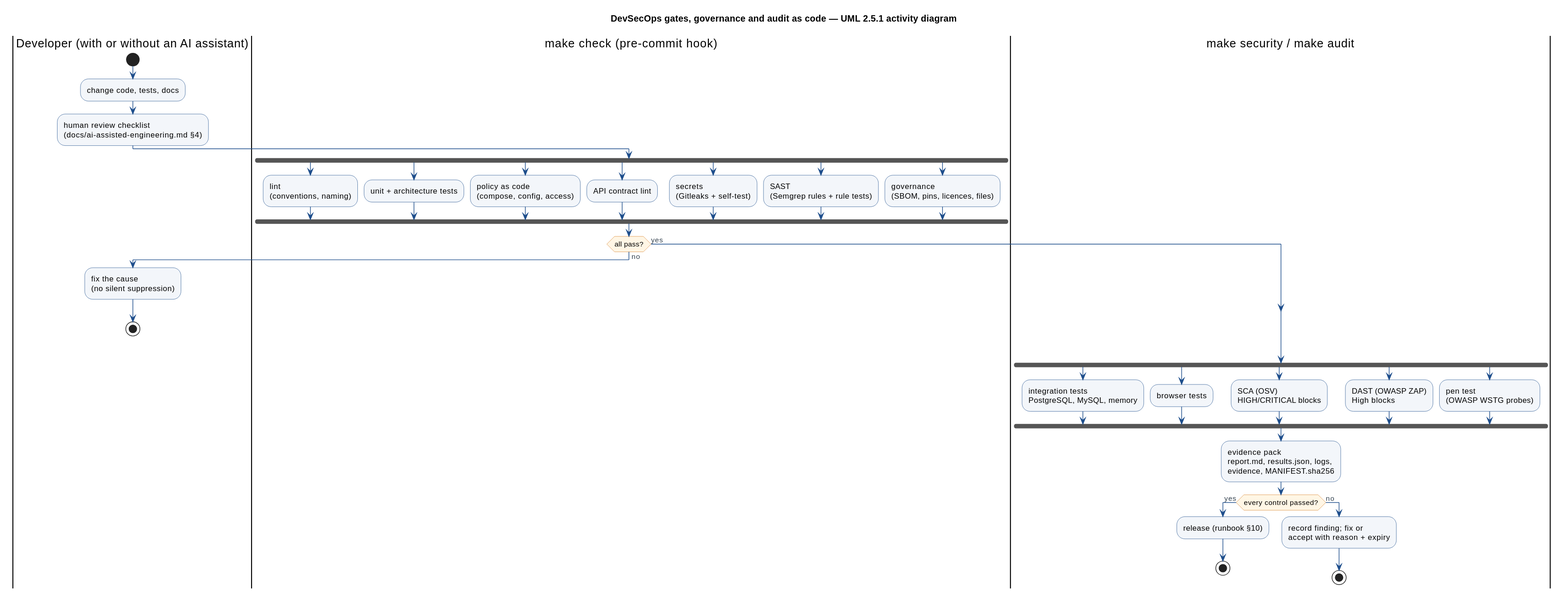
Above: diagrams/svg/31-devsecops-gates.svg in jaricsng/ooad-3tier-job-allocation (PlantUML), before the change. Source of this version:
```plantuml
@startuml
!include style.iuml
skinparam activityBackgroundColor #F3F6FA
skinparam activityBorderColor #1E4E8C
skinparam activityDiamondBackgroundColor #FFF6E5
skinparam activityDiamondBorderColor #D9822B
title DevSecOps gates, governance and audit as code — UML 2.5.1 activity diagram

|Developer (with or without an AI assistant)|
start
:change code, tests, docs;
:human review checklist\n(docs/ai-assisted-engineering.md §4);
|make check (pre-commit hook)|
fork
  :lint\n(conventions, naming);
fork again
  :unit + architecture tests;
fork again
  :policy as code\n(compose, config, access);
fork again
  :API contract lint;
fork again
  :secrets\n(Gitleaks + self-test);
fork again
  :SAST\n(Semgrep rules + rule tests);
fork again
  :governance\n(SBOM, pins, licences, files);
end fork
if (all pass?) then (no)
  |Developer (with or without an AI assistant)|
  :fix the cause\n(no silent suppression);
  stop
else (yes)
endif
|make security / make audit|
fork
  :integration tests\nPostgreSQL, MySQL, memory;
fork again
  :browser tests;
fork again
  :SCA (OSV)\nHIGH/CRITICAL blocks;
fork again
  :DAST (OWASP ZAP)\nHigh blocks;
fork again
  :pen test\n(OWASP WSTG probes);
end fork
:evidence pack\nreport.md, results.json, logs,\nevidence, MANIFEST.sha256;
if (every control passed?) then (yes)
  :release (runbook §10);
  stop
else (no)
  :record finding; fix or\naccept with reason + expiry;
  stop
endif
@enduml
```
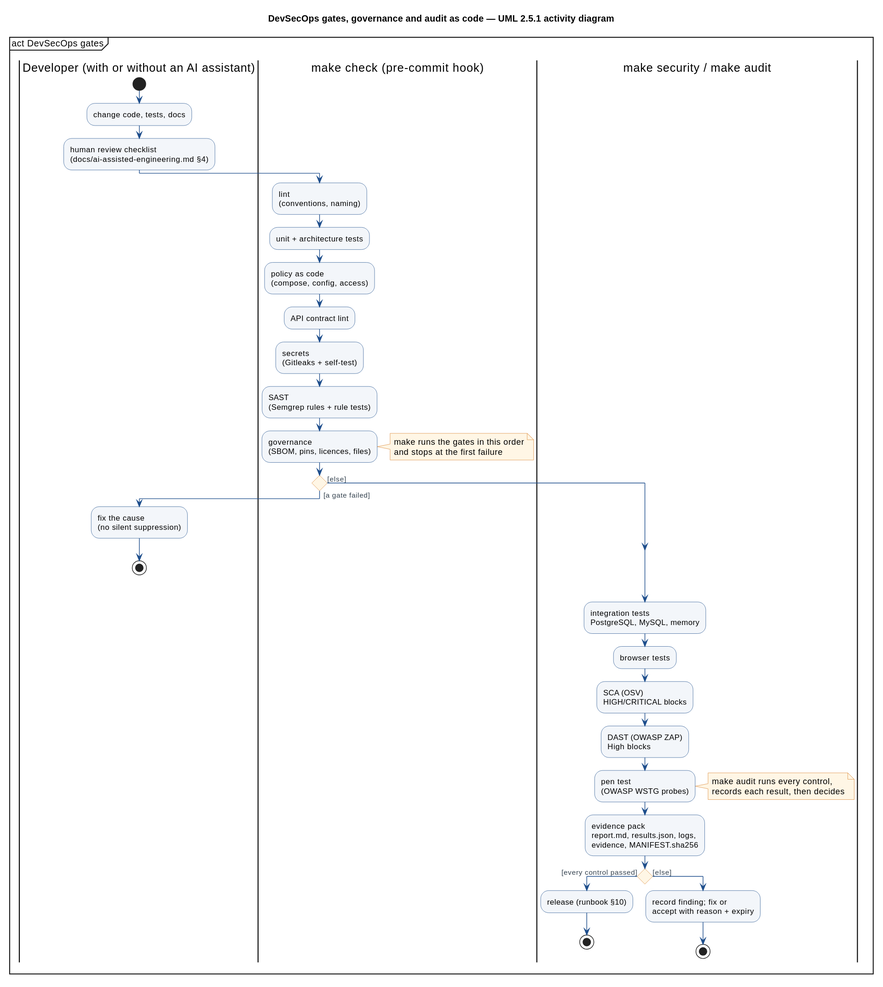
Above is the later version.

Diff of the diagram source:
```diff
@@ -4,6 +4,7 @@
 skinparam activityBorderColor #1E4E8C
 skinparam activityDiamondBackgroundColor #FFF6E5
 skinparam activityDiamondBorderColor #D9822B
+mainframe act DevSecOps gates
 title DevSecOps gates, governance and audit as code — UML 2.5.1 activity diagram
 
 |Developer (with or without an AI assistant)|
@@ -11,44 +12,38 @@
 :change code, tests, docs;
 :human review checklist\n(docs/ai-assisted-engineering.md §4);
 |make check (pre-commit hook)|
-fork
-  :lint\n(conventions, naming);
-fork again
-  :unit + architecture tests;
-fork again
-  :policy as code\n(compose, config, access);
-fork again
-  :API contract lint;
-fork again
-  :secrets\n(Gitleaks + self-test);
-fork again
-  :SAST\n(Semgrep rules + rule tests);
-fork again
-  :governance\n(SBOM, pins, licences, files);
-end fork
-if (all pass?) then (no)
+:lint\n(conventions, naming);
+:unit + architecture tests;
+:policy as code\n(compose, config, access);
+:API contract lint;
+:secrets\n(Gitleaks + self-test);
+:SAST\n(Semgrep rules + rule tests);
+:governance\n(SBOM, pins, licences, files);
+note right
+  make runs the gates in this order
+  and stops at the first failure
+end note
+if () then ([a gate failed])
   |Developer (with or without an AI assistant)|
   :fix the cause\n(no silent suppression);
   stop
-else (yes)
+else ([else])
 endif
 |make security / make audit|
-fork
-  :integration tests\nPostgreSQL, MySQL, memory;
-fork again
-  :browser tests;
-fork again
-  :SCA (OSV)\nHIGH/CRITICAL blocks;
-fork again
-  :DAST (OWASP ZAP)\nHigh blocks;
-fork again
-  :pen test\n(OWASP WSTG probes);
-end fork
+:integration tests\nPostgreSQL, MySQL, memory;
+:browser tests;
+:SCA (OSV)\nHIGH/CRITICAL blocks;
+:DAST (OWASP ZAP)\nHigh blocks;
+:pen test\n(OWASP WSTG probes);
+note right
+  make audit runs every control,
+  records each result, then decides
+end note
 :evidence pack\nreport.md, results.json, logs,\nevidence, MANIFEST.sha256;
-if (every control passed?) then (yes)
+if () then ([every control passed])
   :release (runbook §10);
   stop
-else (no)
+else ([else])
   :record finding; fix or\naccept with reason + expiry;
   stop
 endif
```
